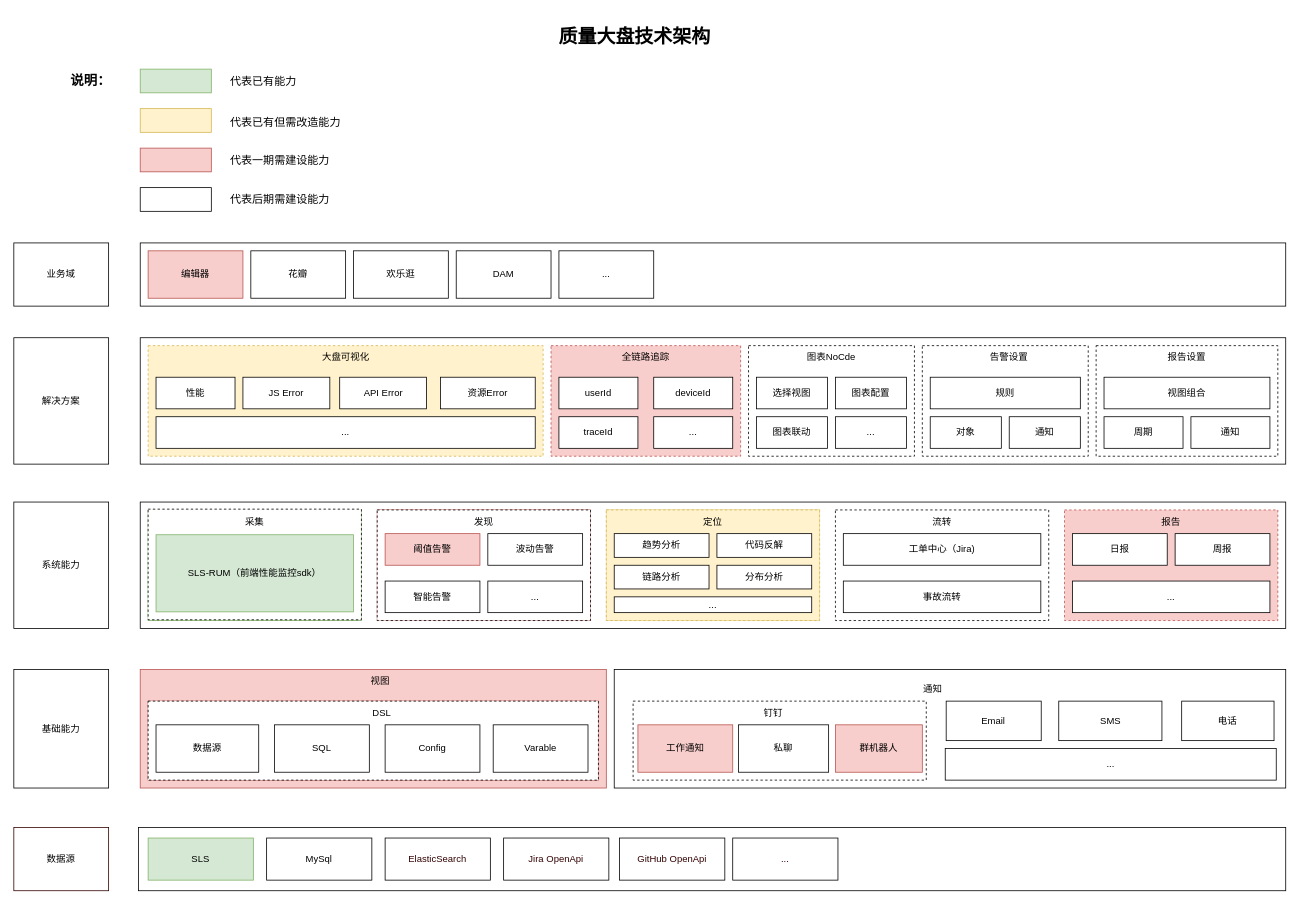
TNT-Likely/diagrams keeps this draw.io diagram as worker/质量大盘.drawio. Above is the earlier version. Source tidied: cells renumbered, new cells numbered last; positions are measured from the earlier drawing's top-left corner, leaving out a move shared by most shapes. Both pictures are drawn from the tidied source at 79%, with x=0, y=0 at pixel (13, 21).
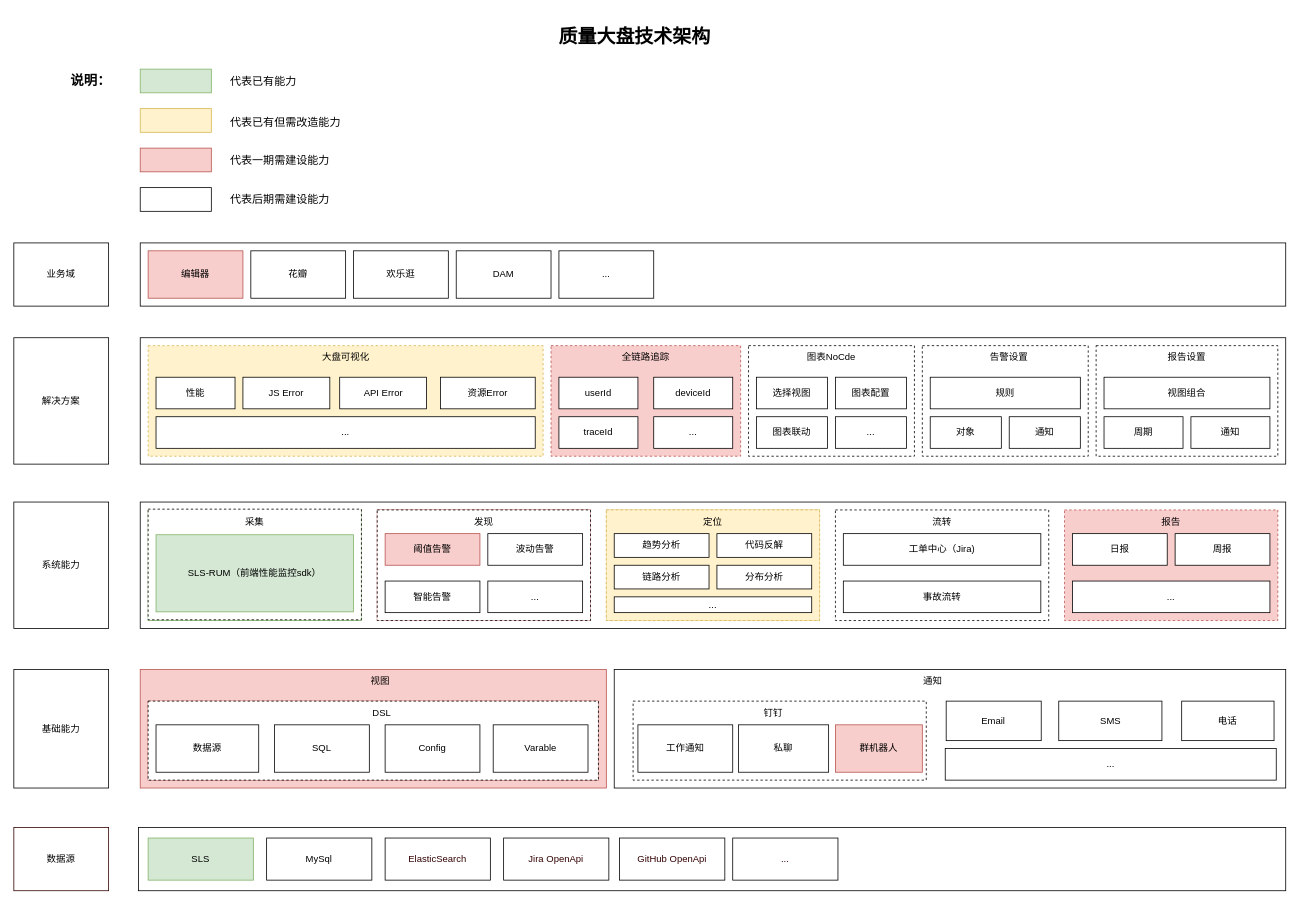
The same diagram, later.

Commit message (it also covers changes not shown here):
更新质量大盘.drawio

The edit, as a diff of the source:
```diff
@@
     <mxCell id="100" value="通知" style="text;html=1;strokeColor=none;fillColor=none;align=center;verticalAlign=middle;whiteSpace=wrap;rounded=0;" parent="1" vertex="1">
-      <mxGeometry x="1119.2" y="830" width="88.9" height="30" as="geometry" />
+      <mxGeometry x="1119.2" y="820" width="88.9" height="30" as="geometry" />
     </mxCell>
@@
-    <mxCell id="103" value="工作通知" style="rounded=0;whiteSpace=wrap;html=1;fillColor=#f8cecc;strokeColor=#b85450;" parent="1" vertex="1">
+    <mxCell id="103" value="工作通知" style="rounded=0;whiteSpace=wrap;html=1;" parent="1" vertex="1">
       <mxGeometry x="790" y="890" width="120" height="60" as="geometry" />
     </mxCell>
```
